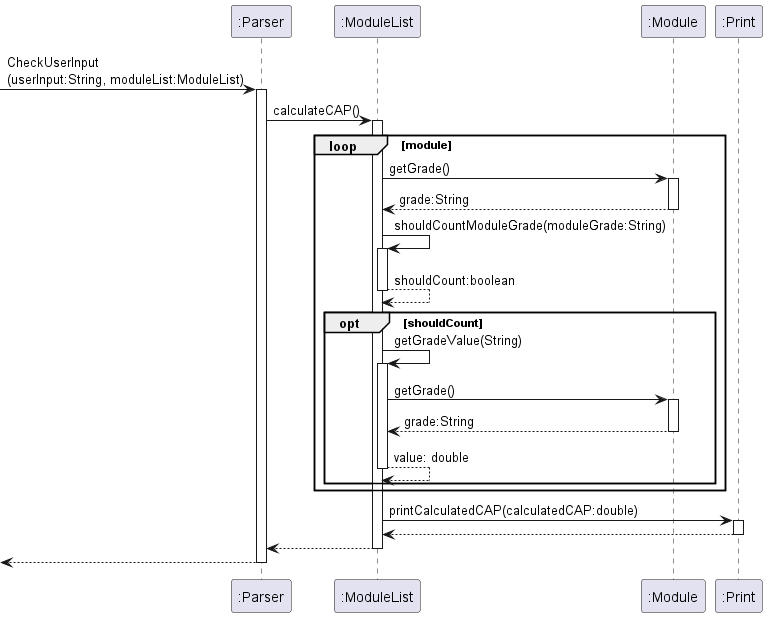
saintzaw/tp keeps this PlantUML diagram as docs/diagrams/CalculateCAP.png. Above is the earlier version.
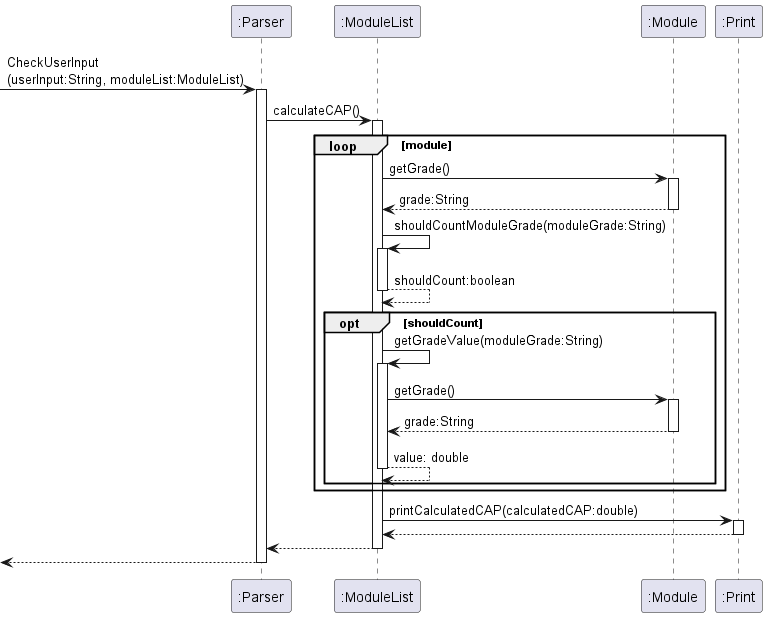
The same file after the commit.

The edit, as a diff of the source:
```diff
@@ -18,7 +18,7 @@
     ML-->ML : shouldCount:boolean
     deactivate ML
     opt shouldCount
-        ML -> ML : getGradeValue(String)
+        ML -> ML : getGradeValue(moduleGrade:String)
         activate ML
         ML -> Mod : getGrade()
         activate Mod
```
